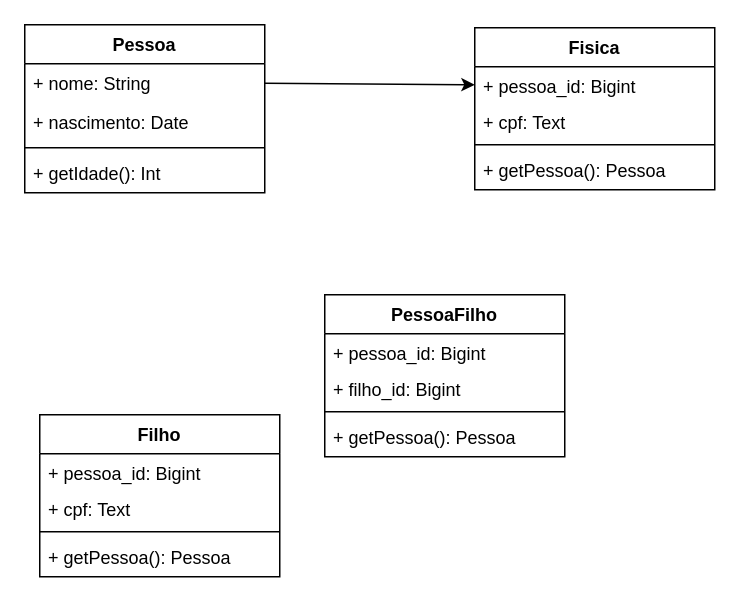
Above: docs/diagramas/exemplo.diagrama.drawio in jocasine2/quickstart_rails (draw.io), before the change. Source tidied: cells renumbered, new cells numbered last; positions are measured from the earlier drawing's top-left corner, leaving out a move shared by most shapes. Both pictures are drawn from the tidied source at 150%, with x=0, y=0 at pixel (24, 24).
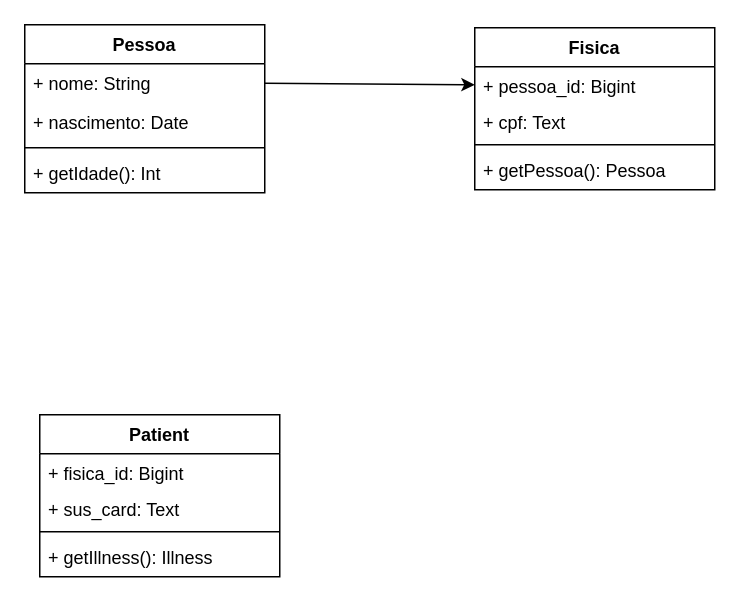
Above is the later version.

The edit, as a diff of the source:
```diff
@@
-    <mxCell id="13" value="Filho" style="swimlane;fontStyle=1;align=center;verticalAlign=top;horizontal=1;startSize=26;" parent="1" vertex="1">
+    <mxCell id="13" value="Patient" style="swimlane;fontStyle=1;align=center;verticalAlign=top;horizontal=1;startSize=26;" parent="1" vertex="1">
       <mxGeometry x="10" y="260" width="160" height="108" as="geometry" />
     </mxCell>
-    <mxCell id="14" value="+ pessoa_id: Bigint" style="text;strokeColor=none;fillColor=none;align=left;verticalAlign=top;spacingLeft=4;spacingRight=4;overflow=hidden;" parent="13" vertex="1">
+    <mxCell id="14" value="+ fisica_id: Bigint" style="text;strokeColor=none;fillColor=none;align=left;verticalAlign=top;spacingLeft=4;spacingRight=4;overflow=hidden;" parent="13" vertex="1">
       <mxGeometry y="26" width="160" height="24" as="geometry" />
     </mxCell>
-    <mxCell id="15" value="+ cpf: Text" style="text;strokeColor=none;fillColor=none;align=left;verticalAlign=top;spacingLeft=4;spacingRight=4;overflow=hidden;" parent="13" vertex="1">
+    <mxCell id="15" value="+ sus_card: Text" style="text;strokeColor=none;fillColor=none;align=left;verticalAlign=top;spacingLeft=4;spacingRight=4;overflow=hidden;" parent="13" vertex="1">
       <mxGeometry y="50" width="160" height="24" as="geometry" />
     </mxCell>
@@
-    <mxCell id="17" value="+ getPessoa(): Pessoa" style="text;strokeColor=none;fillColor=none;align=left;verticalAlign=top;spacingLeft=4;spacingRight=4;overflow=hidden;" parent="13" vertex="1">
+    <mxCell id="17" value="+ getIllness(): Illness" style="text;strokeColor=none;fillColor=none;align=left;verticalAlign=top;spacingLeft=4;spacingRight=4;overflow=hidden;" parent="13" vertex="1">
       <mxGeometry y="82" width="160" height="26" as="geometry" />
     </mxCell>
-    <mxCell id="18" value="PessoaFilho" style="swimlane;fontStyle=1;align=center;verticalAlign=top;horizontal=1;startSize=26;" parent="1" vertex="1">
-      <mxGeometry x="200" y="180" width="160" height="108" as="geometry" />
-    </mxCell>
-    <mxCell id="19" value="+ pessoa_id: Bigint" style="text;strokeColor=none;fillColor=none;align=left;verticalAlign=top;spacingLeft=4;spacingRight=4;overflow=hidden;" parent="18" vertex="1">
-      <mxGeometry y="26" width="160" height="24" as="geometry" />
-    </mxCell>
-    <mxCell id="20" value="+ filho_id: Bigint" style="text;strokeColor=none;fillColor=none;align=left;verticalAlign=top;spacingLeft=4;spacingRight=4;overflow=hidden;" parent="18" vertex="1">
-      <mxGeometry y="50" width="160" height="24" as="geometry" />
-    </mxCell>
-    <mxCell id="21" style="line;strokeWidth=1;fillColor=none;align=left;verticalAlign=middle;spacingTop=-1;spacingLeft=3;spacingRight=3;labelPosition=right;" parent="18" vertex="1">
-      <mxGeometry y="74" width="160" height="8" as="geometry" />
-    </mxCell>
-    <mxCell id="22" value="+ getPessoa(): Pessoa" style="text;strokeColor=none;fillColor=none;align=left;verticalAlign=top;spacingLeft=4;spacingRight=4;overflow=hidden;" parent="18" vertex="1">
-      <mxGeometry y="82" width="160" height="26" as="geometry" />
-    </mxCell>
```
